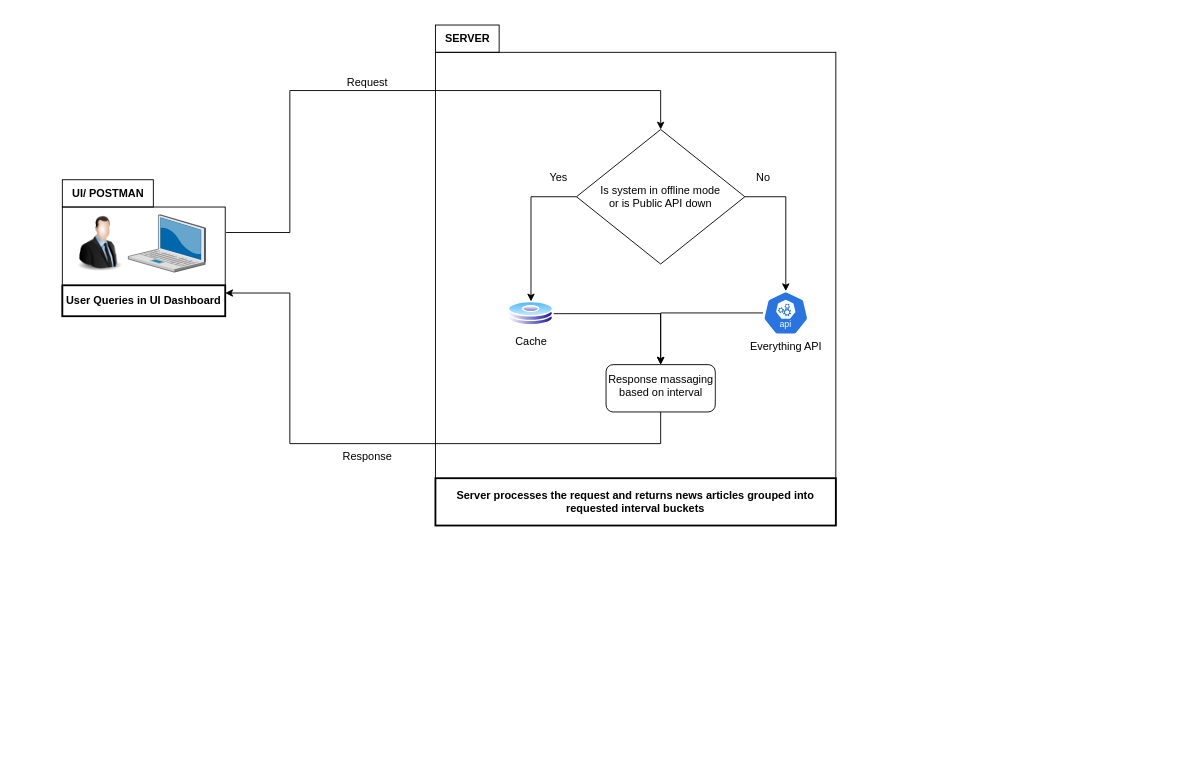
Earlier version of the draw.io diagram News Flow.drawio (ritveak/newsgroup). Source tidied: cells renumbered, new cells numbered last; positions are measured from the earlier drawing's top-left corner, leaving out a move shared by most shapes. Both pictures are drawn from the tidied source at 91%, with x=0, y=0 at pixel (62, 25).
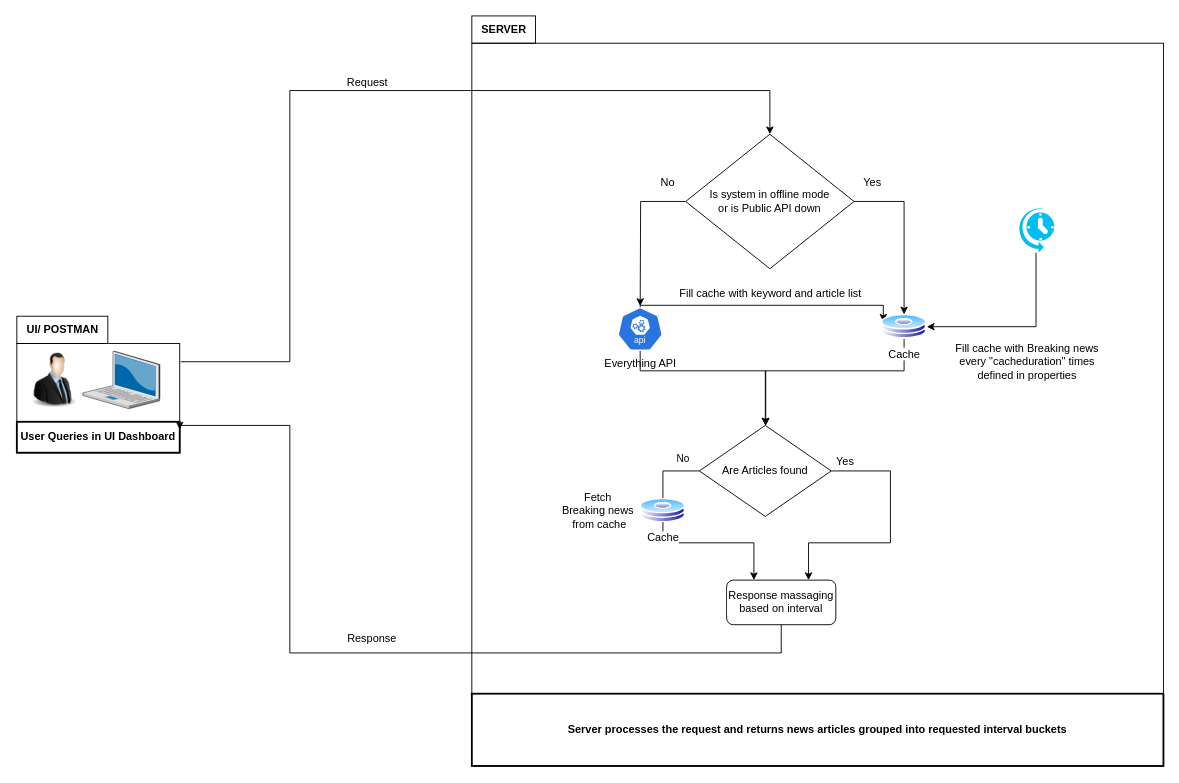
Above is the later version.

Commit message (it also covers changes not shown here):
Added Scheduler to fetch top headlines and show the if no data is found for searched keyword. Also Added offline toggle.

The change refers to these unchanged cells:
```xml
<mxCell id="3" value="User Queries in UI Dashboard" style="whiteSpace=wrap;strokeWidth=2;fontStyle=1;" parent="2" vertex="1">
  <mxGeometry y="86" width="179" height="34" as="geometry" />
</mxCell>
```

Change to the diagram source:
```diff
@@
     <mxCell id="2" style="group;strokeColor=default;" parent="1" vertex="1">
-      <mxGeometry y="200" width="179" height="120" as="geometry" />
+      <mxGeometry x="-50" y="350" width="179" height="120" as="geometry" />
     </mxCell>
@@
     <mxCell id="6" style="edgeStyle=orthogonalEdgeStyle;rounded=0;jettySize=auto;html=1;entryX=1;entryY=0.25;entryDx=0;entryDy=0;exitX=0.5;exitY=1;exitDx=0;exitDy=0;" parent="1" edge="1" source="21" target="3">
       <mxGeometry relative="1" as="geometry">
         <Array as="points">
-          <mxPoint x="658" y="460" />
-          <mxPoint x="250" y="460" />
-          <mxPoint x="250" y="295" />
+          <mxPoint x="790" y="690" />
+          <mxPoint x="250" y="690" />
+          <mxPoint x="250" y="440" />
+          <mxPoint x="129" y="440" />
         </Array>
       </mxGeometry>
     </mxCell>
@@
     <mxCell id="8" value="&lt;div&gt;Response&lt;/div&gt;" style="text;html=1;align=center;verticalAlign=middle;strokeColor=none;fillColor=none;" parent="1" vertex="1">
-      <mxGeometry x="295" y="460" width="80" height="30" as="geometry" />
+      <mxGeometry x="300" y="659" width="80" height="30" as="geometry" />
     </mxCell>
     <mxCell id="9" value="UI/ POSTMAN" style="text;html=1;align=center;verticalAlign=middle;strokeColor=default;fillColor=none;fontStyle=1;" parent="1" vertex="1">
-      <mxGeometry y="170" width="100" height="30" as="geometry" />
+      <mxGeometry x="-50" y="320" width="100" height="30" as="geometry" />
     </mxCell>
-    <mxCell id="10" style="group;" parent="1" vertex="1">
-      <mxGeometry x="410" width="440" height="550" as="geometry" />
-    </mxCell>
-    <mxCell id="11" style="group;strokeColor=default;" parent="10" vertex="1">
-      <mxGeometry y="30" width="440" height="520" as="geometry" />
-    </mxCell>
-    <mxCell id="12" value="Server processes the request and returns news articles grouped into requested interval buckets" style="whiteSpace=wrap;strokeWidth=2;fontStyle=1;" parent="11" vertex="1">
-      <mxGeometry y="468" width="440" height="52" as="geometry" />
-    </mxCell>
-    <mxCell id="13" value="Cache" style="image;perimeter=ellipsePerimeter;html=1;align=center;shadow=0;dashed=0;spacingTop=3;image=img/lib/active_directory/hard_disk.svg;" parent="11" vertex="1">
-      <mxGeometry x="80" y="273.7" width="50" height="27" as="geometry" />
-    </mxCell>
-    <mxCell id="14" style="edgeStyle=orthogonalEdgeStyle;rounded=0;jettySize=auto;html=1;entryX=0.5;entryY=0;entryDx=0;entryDy=0;" parent="11" edge="1" source="16" target="13">
-      <mxGeometry relative="1" as="geometry" />
+    <mxCell id="14" style="edgeStyle=orthogonalEdgeStyle;rounded=0;jettySize=auto;html=1;entryX=0.5;entryY=0;entryDx=0;entryDy=0;" parent="1" edge="1" source="16">
+      <mxGeometry relative="1" as="geometry">
+        <mxPoint x="635" y="308.8" as="targetPoint" />
+      </mxGeometry>
     </mxCell>
-    <mxCell id="15" style="edgeStyle=orthogonalEdgeStyle;rounded=0;jettySize=auto;html=1;startArrow=classic;startFill=1;endArrow=none;endFill=0;" parent="11" edge="1" source="16">
+    <mxCell id="15" style="edgeStyle=orthogonalEdgeStyle;rounded=0;jettySize=auto;html=1;startArrow=classic;startFill=1;endArrow=none;endFill=0;" parent="1" edge="1" source="16">
       <mxGeometry relative="1" as="geometry">
-        <mxPoint x="-230" y="198" as="targetPoint" />
+        <mxPoint x="130" y="370" as="targetPoint" />
         <Array as="points">
-          <mxPoint x="248" y="42" />
-          <mxPoint x="-160" y="42" />
-          <mxPoint x="-160" y="198" />
+          <mxPoint x="778" y="72" />
+          <mxPoint x="250" y="72" />
+          <mxPoint x="250" y="370" />
         </Array>
       </mxGeometry>
     </mxCell>
-    <mxCell id="16" value="Is system in offline mode&lt;br&gt;or is Public API down" style="rhombus;whiteSpace=wrap;html=1;" parent="11" vertex="1">
-      <mxGeometry x="155" y="84.8" width="185" height="147.8" as="geometry" />
+    <mxCell id="16" value="Is system in offline mode&lt;br&gt;or is Public API down" style="rhombus;whiteSpace=wrap;html=1;" parent="1" vertex="1">
+      <mxGeometry x="685" y="120" width="185" height="147.8" as="geometry" />
     </mxCell>
-    <mxCell id="17" value="Yes" style="text;html=1;align=center;verticalAlign=middle;strokeColor=none;fillColor=none;" parent="11" vertex="1">
-      <mxGeometry x="115" y="123.2" width="40" height="30" as="geometry" />
+    <mxCell id="17" value="No" style="text;html=1;align=center;verticalAlign=middle;strokeColor=none;fillColor=none;" parent="1" vertex="1">
+      <mxGeometry x="645" y="158.3" width="40" height="30" as="geometry" />
     </mxCell>
+    <mxCell id="20" style="edgeStyle=orthogonalEdgeStyle;rounded=0;jettySize=auto;html=1;entryX=0.5;entryY=0;entryDx=0;entryDy=0;" parent="1" edge="1" source="16" target="35">
+      <mxGeometry relative="1" as="geometry" />
+    </mxCell>
+    <mxCell id="23" value="Yes" style="text;html=1;align=center;verticalAlign=middle;strokeColor=none;fillColor=none;" parent="1" vertex="1">
+      <mxGeometry x="870" y="158.3" width="40" height="30" as="geometry" />
+    </mxCell>
+    <mxCell id="25" style="edgeStyle=orthogonalEdgeStyle;rounded=0;jettySize=auto;html=1;entryX=1;entryY=0.5;entryDx=0;entryDy=0;" parent="1" edge="1" source="26" target="35">
+      <mxGeometry relative="1" as="geometry">
+        <Array as="points">
+          <mxPoint x="1070" y="332" />
+        </Array>
+      </mxGeometry>
+    </mxCell>
+    <mxCell id="26" style="verticalLabelPosition=bottom;html=1;verticalAlign=top;align=center;strokeColor=none;fillColor=#00BEF2;shape=mxgraph.azure.scheduler;" parent="1" vertex="1">
+      <mxGeometry x="1050" y="200" width="40" height="50" as="geometry" />
+    </mxCell>
+    <mxCell id="27" value="Fill cache with keyword and article list" style="text;html=1;align=center;verticalAlign=middle;strokeColor=none;fillColor=none;" parent="1" vertex="1">
+      <mxGeometry x="667.5" y="280" width="220" height="30" as="geometry" />
+    </mxCell>
+    <mxCell id="28" value="Fill cache with Breaking news&lt;br&gt;&lt;div&gt;every &quot;cacheduration&quot; times &lt;br&gt;&lt;/div&gt;&lt;div&gt;defined in properties&lt;/div&gt;" style="text;html=1;align=center;verticalAlign=middle;strokeColor=none;fillColor=none;" parent="1" vertex="1">
+      <mxGeometry x="970" y="340" width="180" height="60" as="geometry" />
+    </mxCell>
+    <mxCell id="21" value="Response massaging based on interval" style="rounded=1;whiteSpace=wrap;html=1;verticalAlign=top;labelBackgroundColor=default;shadow=0;dashed=0;spacingTop=3;" parent="1" vertex="1">
+      <mxGeometry x="730" y="610" width="120" height="49" as="geometry" />
+    </mxCell>
+    <mxCell id="29" style="edgeStyle=orthogonalEdgeStyle;rounded=0;jettySize=auto;html=1;entryX=0.75;entryY=0;entryDx=0;entryDy=0;" parent="1" edge="1" source="32" target="21">
+      <mxGeometry relative="1" as="geometry">
+        <Array as="points">
+          <mxPoint x="910" y="490" />
+          <mxPoint x="910" y="569" />
+          <mxPoint x="820" y="569" />
+        </Array>
+      </mxGeometry>
+    </mxCell>
+    <mxCell id="30" style="edgeStyle=orthogonalEdgeStyle;rounded=0;jettySize=auto;html=1;entryX=0.25;entryY=0;entryDx=0;entryDy=0;" parent="1" edge="1" source="32" target="21">
+      <mxGeometry relative="1" as="geometry">
+        <Array as="points">
+          <mxPoint x="660" y="490" />
+          <mxPoint x="660" y="569" />
+          <mxPoint x="760" y="569" />
+        </Array>
+      </mxGeometry>
+    </mxCell>
+    <mxCell id="31" value="&lt;div&gt;No&lt;/div&gt;" style="edgeLabel;html=1;align=center;verticalAlign=middle;" parent="30" vertex="1">
+      <mxGeometry x="-0.87" y="-7" relative="1" as="geometry">
+        <mxPoint x="-2" y="-7" as="offset" />
+      </mxGeometry>
+    </mxCell>
+    <mxCell id="32" value="Are Articles found" style="rhombus;whiteSpace=wrap;html=1;" parent="1" vertex="1">
+      <mxGeometry x="700" y="440" width="145" height="100" as="geometry" />
+    </mxCell>
-    <mxCell id="18" style="edgeStyle=orthogonalEdgeStyle;rounded=0;jettySize=auto;html=1;entryX=0.5;entryY=0;entryDx=0;entryDy=0;" parent="11" edge="1" source="19" target="21">
-      <mxGeometry relative="1" as="geometry" />
+    <mxCell id="18" style="edgeStyle=orthogonalEdgeStyle;rounded=0;jettySize=auto;html=1;entryX=0.5;entryY=0;entryDx=0;entryDy=0;exitX=0.5;exitY=1;exitDx=0;exitDy=0;" parent="1" edge="1" source="35" target="32">
+      <mxGeometry relative="1" as="geometry">
+        <Array as="points">
+          <mxPoint x="925" y="380" />
+          <mxPoint x="773" y="380" />
+        </Array>
+      </mxGeometry>
     </mxCell>
+    <mxCell id="33" style="edgeStyle=orthogonalEdgeStyle;rounded=0;jettySize=auto;html=1;entryX=0;entryY=0.25;entryDx=0;entryDy=0;exitX=0.9;exitY=0.2;exitDx=0;exitDy=0;exitPerimeter=0;" parent="1" edge="1" source="19" target="35">
+      <mxGeometry relative="1" as="geometry">
+        <Array as="points">
+          <mxPoint x="635" y="320" />
+          <mxPoint x="635" y="308" />
+        </Array>
+      </mxGeometry>
+    </mxCell>
+    <mxCell id="34" style="edgeStyle=orthogonalEdgeStyle;rounded=0;jettySize=auto;html=1;" parent="1" edge="1" source="19" target="32">
+      <mxGeometry relative="1" as="geometry">
+        <Array as="points">
+          <mxPoint x="635" y="380" />
+          <mxPoint x="773" y="380" />
+        </Array>
+      </mxGeometry>
+    </mxCell>
-    <mxCell id="19" value="&lt;div&gt;Everything API&lt;/div&gt;&lt;div&gt;&lt;br&gt;&lt;/div&gt;" style="sketch=0;html=1;dashed=0;whitespace=wrap;verticalLabelPosition=bottom;verticalAlign=top;fillColor=#2875E2;strokeColor=#ffffff;points=[[0.005,0.63,0],[0.1,0.2,0],[0.9,0.2,0],[0.5,0,0],[0.995,0.63,0],[0.72,0.99,0],[0.5,1,0],[0.28,0.99,0]];shape=mxgraph.kubernetes.icon2;kubernetesLabel=1;prIcon=api;" parent="11" vertex="1">
-      <mxGeometry x="360" y="262.4" width="50" height="48" as="geometry" />
+    <mxCell id="19" value="&lt;div&gt;Everything API&lt;/div&gt;" style="sketch=0;html=1;dashed=0;whitespace=wrap;verticalLabelPosition=bottom;verticalAlign=top;fillColor=#2875E2;strokeColor=#ffffff;points=[[0.005,0.63,0],[0.1,0.2,0],[0.9,0.2,0],[0.5,0,0],[0.995,0.63,0],[0.72,0.99,0],[0.5,1,0],[0.28,0.99,0]];shape=mxgraph.kubernetes.icon2;kubernetesLabel=1;prIcon=api;" parent="1" vertex="1">
+      <mxGeometry x="610" y="310" width="50" height="48" as="geometry" />
     </mxCell>
-    <mxCell id="20" style="edgeStyle=orthogonalEdgeStyle;rounded=0;jettySize=auto;html=1;entryX=0.5;entryY=0;entryDx=0;entryDy=0;entryPerimeter=0;" parent="11" edge="1" source="16" target="19">
-      <mxGeometry relative="1" as="geometry" />
-    </mxCell>
-    <mxCell id="21" value="Response massaging based on interval" style="rounded=1;whiteSpace=wrap;html=1;verticalAlign=top;labelBackgroundColor=default;shadow=0;dashed=0;spacingTop=3;" parent="11" vertex="1">
-      <mxGeometry x="187.5" y="343.2" width="120" height="52" as="geometry" />
-    </mxCell>
-    <mxCell id="22" style="edgeStyle=orthogonalEdgeStyle;rounded=0;jettySize=auto;html=1;" parent="11" edge="1" source="13" target="21">
-      <mxGeometry relative="1" as="geometry" />
-    </mxCell>
-    <mxCell id="23" value="No" style="text;html=1;align=center;verticalAlign=middle;strokeColor=none;fillColor=none;" parent="11" vertex="1">
-      <mxGeometry x="340" y="123.2" width="40" height="30" as="geometry" />
-    </mxCell>
+    <mxCell id="35" value="Cache" style="image;perimeter=ellipsePerimeter;html=1;align=center;shadow=0;dashed=0;spacingTop=3;image=img/lib/active_directory/hard_disk.svg;" parent="1" vertex="1">
+      <mxGeometry x="900" y="318" width="50" height="27" as="geometry" />
+    </mxCell>
+    <mxCell id="36" value="&lt;div&gt;Yes&lt;/div&gt;" style="text;html=1;align=center;verticalAlign=middle;strokeColor=none;fillColor=none;" parent="1" vertex="1">
+      <mxGeometry x="840" y="465" width="40" height="30" as="geometry" />
+    </mxCell>
+    <mxCell id="37" value="Cache" style="image;perimeter=ellipsePerimeter;html=1;align=center;shadow=0;dashed=0;spacingTop=3;image=img/lib/active_directory/hard_disk.svg;" parent="1" vertex="1">
+      <mxGeometry x="635" y="520" width="50" height="27" as="geometry" />
+    </mxCell>
+    <mxCell id="38" value="&lt;div&gt;Fetch&amp;nbsp;&lt;/div&gt;&lt;div&gt;Breaking news&amp;nbsp;&lt;/div&gt;&lt;div&gt;from cache&lt;/div&gt;" style="text;html=1;align=center;verticalAlign=middle;strokeColor=none;fillColor=none;" parent="1" vertex="1">
+      <mxGeometry x="535" y="503.5" width="110" height="60" as="geometry" />
+    </mxCell>
+    <mxCell id="39" style="group;" parent="1" vertex="1">
+      <mxGeometry x="450" y="-10" width="760" height="824.2" as="geometry" />
+    </mxCell>
+    <mxCell id="11" style="group;strokeColor=default;" parent="39" vertex="1">
+      <mxGeometry y="30" width="760" height="794.2" as="geometry" />
+    </mxCell>
-    <mxCell id="24" value="&lt;div&gt;SERVER&lt;/div&gt;" style="text;html=1;align=center;verticalAlign=middle;strokeColor=default;fillColor=none;fontStyle=1;" parent="10" vertex="1">
+    <mxCell id="24" value="&lt;div&gt;SERVER&lt;/div&gt;" style="text;html=1;align=center;verticalAlign=middle;strokeColor=default;fillColor=none;fontStyle=1;" parent="39" vertex="1">
       <mxGeometry width="70" height="30" as="geometry" />
     </mxCell>
+    <mxCell id="12" value="Server processes the request and returns news articles grouped into requested interval buckets" style="whiteSpace=wrap;strokeWidth=2;fontStyle=1;" parent="39" vertex="1">
+      <mxGeometry y="744.8" width="760" height="79.4" as="geometry" />
+    </mxCell>
```
